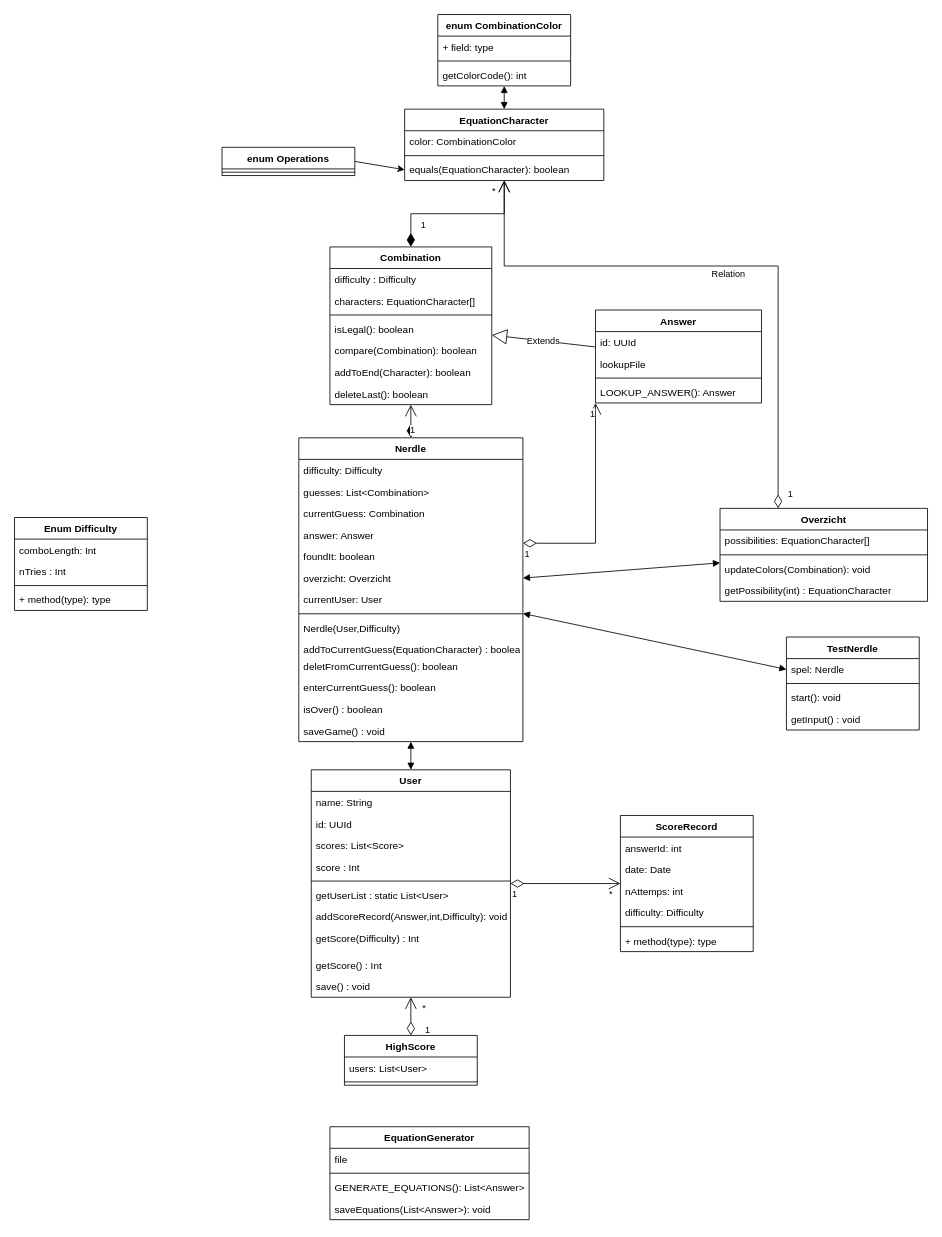
Before: KlasseDiagram.drawio in jelseg/Nerdle, a draw.io diagram. Source tidied: cells renumbered, new cells numbered last; positions are measured from the earlier drawing's top-left corner, leaving out a move shared by most shapes. Both pictures are drawn from the tidied source at 83%, with x=0, y=0 at pixel (14, 14).
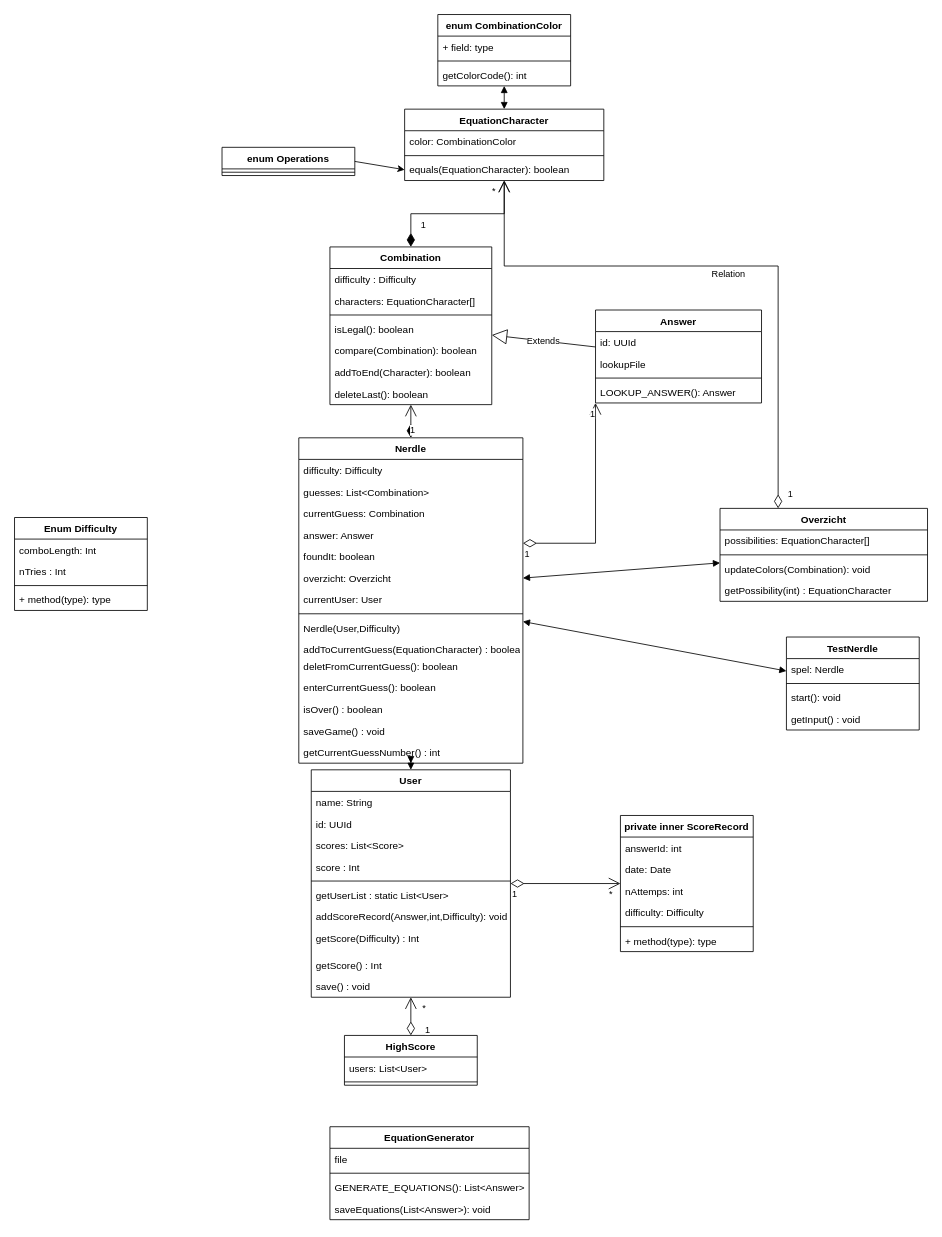
After the change.

What changed in the source:
```diff
@@
     <mxCell id="2" value="Nerdle" style="swimlane;fontStyle=1;align=center;verticalAlign=top;horizontal=1;startSize=26;" parent="1" vertex="1">
-      <mxGeometry x="342.5" y="510" width="270" height="366" as="geometry" />
+      <mxGeometry x="342.5" y="510" width="270" height="392" as="geometry" />
     </mxCell>
@@
+    <mxCell id="101" value="getCurrentGuessNumber() : int" style="text;strokeColor=none;fillColor=none;align=left;verticalAlign=top;spacingLeft=4;spacingRight=4;overflow=hidden;" parent="2" vertex="1">
+      <mxGeometry y="366" width="270" height="26" as="geometry" />
+    </mxCell>
@@
-    <mxCell id="59" value="ScoreRecord" style="swimlane;fontStyle=1;align=center;verticalAlign=top;horizontal=1;startSize=26;" parent="1" vertex="1">
+    <mxCell id="59" value="private inner ScoreRecord" style="swimlane;fontStyle=1;align=center;verticalAlign=top;horizontal=1;startSize=26;" parent="1" vertex="1">
       <mxGeometry x="730" y="965" width="160" height="164" as="geometry" />
     </mxCell>
```
